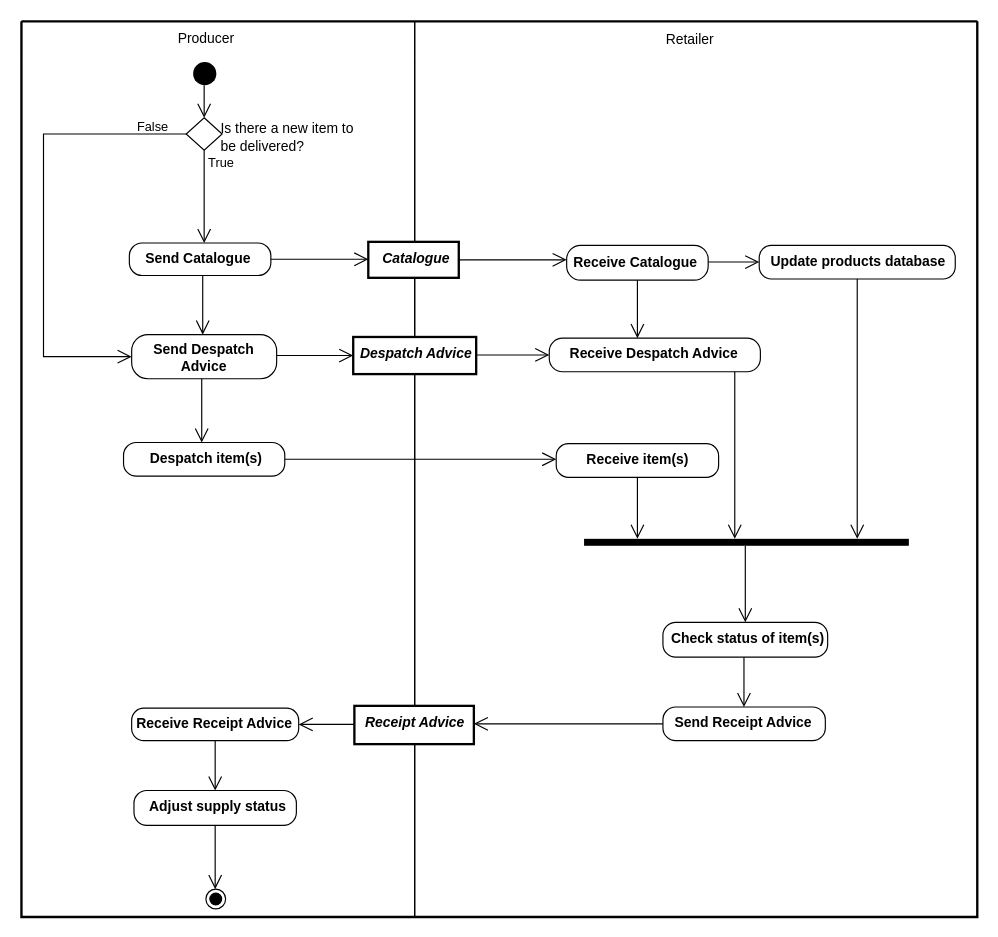
The draw.io diagram diagrams/UBL-2.2-VMI-PermanentReplenishment/UBL-2.2-VMI-PermanentReplenishment.drawio in kduvekot/ubl-work-on-svg-images, before the edit. Source tidied: cells renumbered, new cells numbered last; positions are measured from the earlier drawing's top-left corner, leaving out a move shared by most shapes. Both pictures are drawn from the tidied source at 116%, with x=0, y=0 at pixel (21, 21).
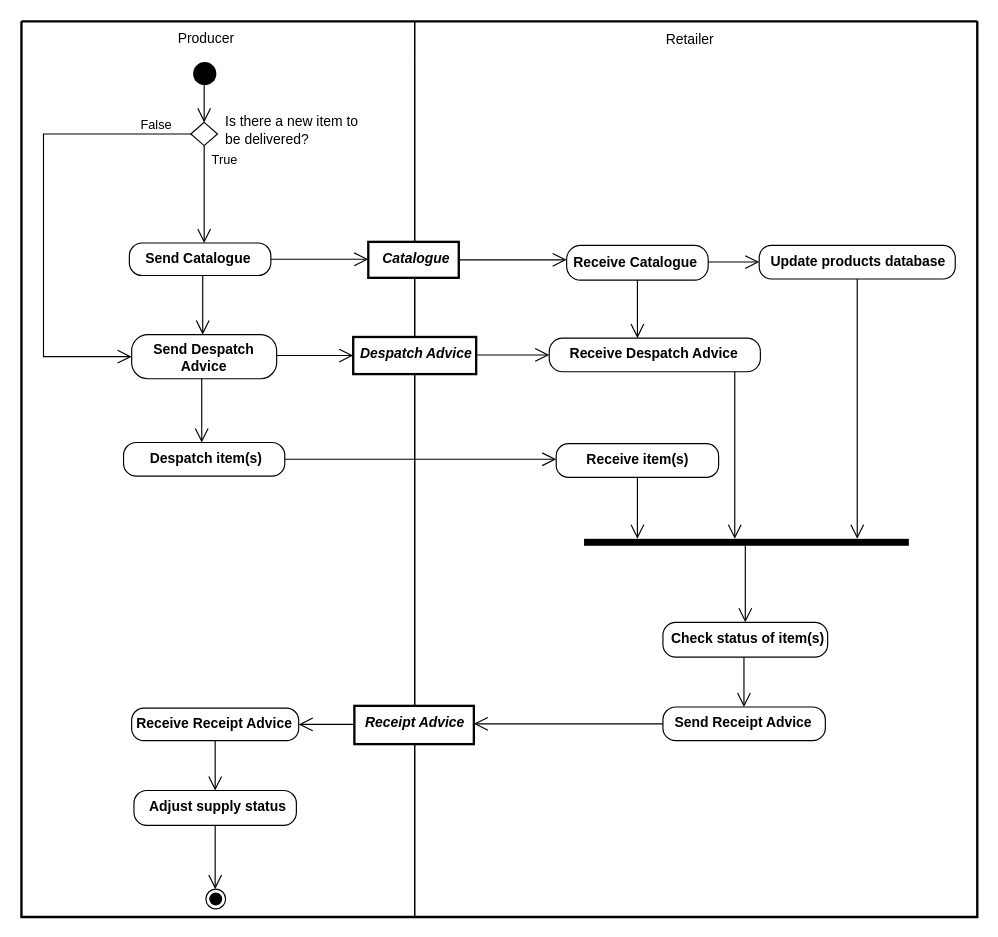
The same page after the edit.

Unchanged cells that the change refers to:
```xml
<mxCell id="3" value="Producer" style="swimlane;horizontal=1;startSize=30;swimlaneLine=0;html=1;fillColor=none;fontStyle=0;spacing=0;spacingRight=21;" parent="2" vertex="1">
  <mxGeometry width="339" height="772" as="geometry" />
</mxCell>
<mxCell id="8" value="Send Catalogue" style="rounded=1;absoluteArcSize=1;arcSize=22;html=1;whiteSpace=nowrap;fontStyle=1;align=center;verticalAlign=middle;spacing=0;spacingRight=4;" parent="3" vertex="1">
  <mxGeometry x="93" y="191" width="122" height="28" as="geometry" />
</mxCell>
<mxCell id="12" value="Send Despatch&lt;br&gt;Advice" style="rounded=1;absoluteArcSize=1;arcSize=28;html=1;whiteSpace=nowrap;fontStyle=1;align=center;verticalAlign=middle;spacing=0;spacingRight=2;spacingTop=2;" parent="3" vertex="1">
  <mxGeometry x="95" y="270" width="125" height="38" as="geometry" />
</mxCell>
```

What changed in the source:
```diff
@@
-    <mxCell id="6" value="Is there a new item to&lt;br&gt;be delivered?" style="rhombus;html=1;whiteSpace=nowrap;fontStyle=0;align=left;verticalAlign=middle;spacing=0;spacingLeft=30;spacingTop=6;" parent="3" vertex="1">
-      <mxGeometry x="142" y="83" width="31" height="28" as="geometry" />
+    <mxCell id="6" value="Is there a new item to&lt;br&gt;be delivered?" style="rhombus;html=1;whiteSpace=nowrap;fontStyle=0;align=left;verticalAlign=middle;spacing=0;spacingLeft=30;spacingTop=6;spacingBottom=12;" parent="3" vertex="1">
+      <mxGeometry x="146" y="87" width="23" height="20" as="geometry" />
     </mxCell>
@@
     <mxCell id="24" value="False" style="edgeStyle=orthogonalEdgeStyle;rounded=0;html=1;endArrow=open;endFill=0;endSize=10;exitPerimeter=0;entryPerimeter=0;fontStyle=0;align=center;verticalAlign=middle;labelBackgroundColor=none;exitX=0;exitY=0.5;entryX=0;entryY=0.5;" parent="3" edge="1" source="6" target="12">
       <mxGeometry x="-0.85" relative="1" as="geometry">
         <Array as="points">
           <mxPoint x="19" y="97" />
           <mxPoint x="19" y="289" />
         </Array>
-        <mxPoint y="-6" as="offset" />
+        <mxPoint y="-8" as="offset" />
       </mxGeometry>
     </mxCell>
     <mxCell id="25" value="True" style="edgeStyle=none;rounded=0;html=1;endArrow=open;endFill=0;endSize=10;exitX=0.5;exitY=1;exitPerimeter=0;entryPerimeter=0;fontStyle=0;align=center;verticalAlign=middle;labelBackgroundColor=none;entryX=0.528689;entryY=0;" parent="3" edge="1" source="6" target="8">
       <mxGeometry x="-0.72" relative="1" as="geometry">
-        <mxPoint x="14" as="offset" />
+        <mxPoint x="17" as="offset" />
       </mxGeometry>
     </mxCell>
```
